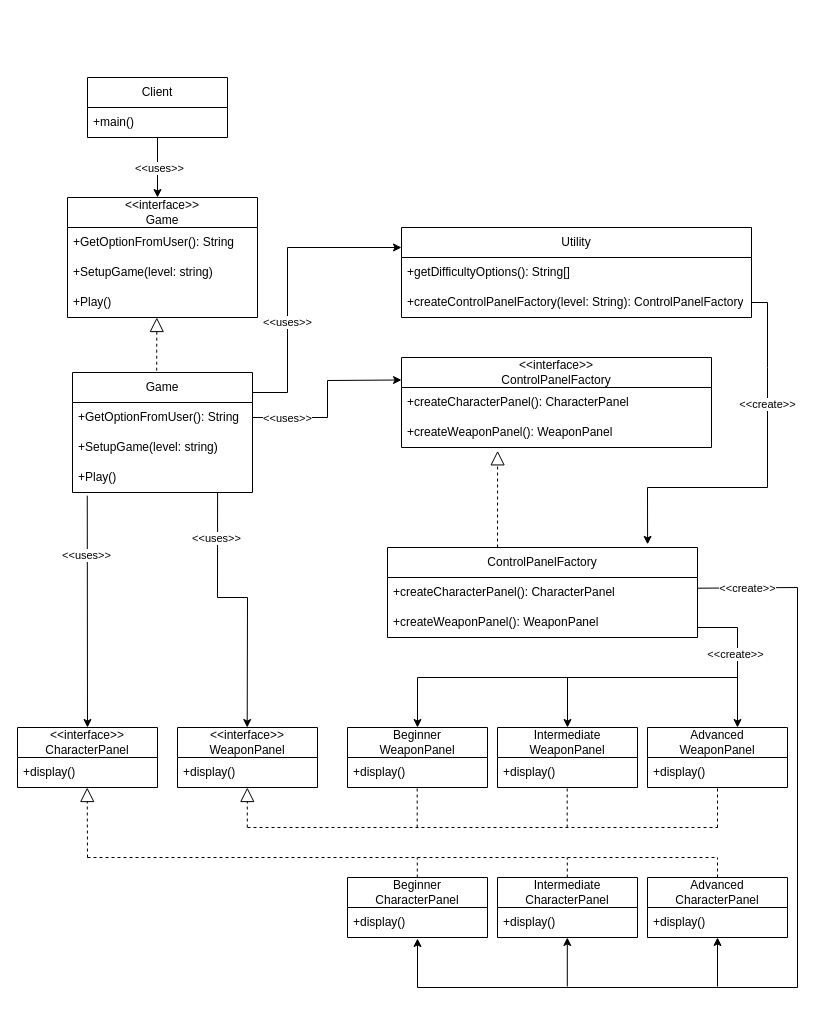
The draw.io diagram Problem2.drawio in JaedonSpurlock01/se471-lab-1, before the edit. Source tidied: cells renumbered, new cells numbered last; positions are measured from the earlier drawing's top-left corner, leaving out a move shared by most shapes. Both pictures are drawn from the tidied source at 100%, with x=0, y=0 at pixel (17, 77).
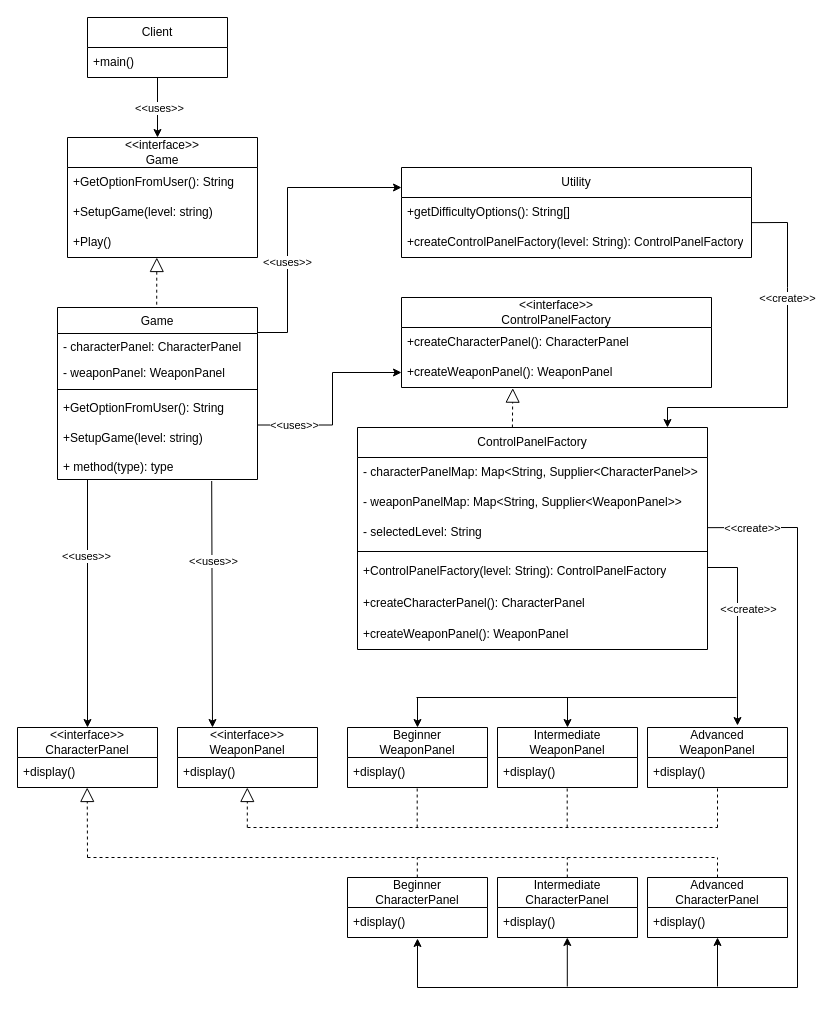
The same page after the edit.

Commit message (it also covers changes not shown here):
refactor: Updated UML diagrams to fit proper class description

Unchanged cells that the change refers to:
```xml
<mxCell id="17" value="+getDifficultyOptions(): String[]" style="text;strokeColor=none;fillColor=none;align=left;verticalAlign=middle;spacingLeft=4;spacingRight=4;overflow=hidden;points=[[0,0.5],[1,0.5]];portConstraint=eastwest;whiteSpace=wrap;html=1;" parent="16" vertex="1">
  <mxGeometry y="30" width="350" height="30" as="geometry" />
</mxCell>
<mxCell id="18" value="+createControlPanelFactory(level: String): ControlPanelFactory" style="text;strokeColor=none;fillColor=none;align=left;verticalAlign=middle;spacingLeft=4;spacingRight=4;overflow=hidden;points=[[0,0.5],[1,0.5]];portConstraint=eastwest;whiteSpace=wrap;html=1;" parent="16" vertex="1">
  <mxGeometry y="60" width="350" height="30" as="geometry" />
</mxCell>
<mxCell id="19" value="&lt;div&gt;&amp;lt;&amp;lt;interface&amp;gt;&amp;gt;&lt;/div&gt;WeaponPanel" style="swimlane;fontStyle=0;horizontal=1;startSize=30;whiteSpace=wrap;html=1;" parent="1" vertex="1">
  <mxGeometry x="160" y="650" width="140" height="60" as="geometry" />
</mxCell>
<mxCell id="27" value="&lt;div&gt;Beginner&lt;/div&gt;&lt;div&gt;WeaponPanel&lt;/div&gt;" style="swimlane;fontStyle=0;horizontal=1;startSize=30;whiteSpace=wrap;html=1;" parent="1" vertex="1">
  <mxGeometry x="330" y="650" width="140" height="60" as="geometry" />
</mxCell>
<mxCell id="29" value="&lt;div&gt;Intermediate&lt;/div&gt;&lt;div&gt;WeaponPanel&lt;/div&gt;" style="swimlane;fontStyle=0;horizontal=1;startSize=30;whiteSpace=wrap;html=1;" parent="1" vertex="1">
  <mxGeometry x="480" y="650" width="140" height="60" as="geometry" />
</mxCell>
<mxCell id="33" value="&lt;div&gt;&amp;lt;&amp;lt;interface&amp;gt;&amp;gt;&lt;/div&gt;CharacterPanel" style="swimlane;fontStyle=0;horizontal=1;startSize=30;whiteSpace=wrap;html=1;" parent="1" vertex="1">
  <mxGeometry y="650" width="140" height="60" as="geometry" />
</mxCell>
<mxCell id="63" value="+createWeaponPanel(): WeaponPanel" style="text;strokeColor=none;fillColor=none;align=left;verticalAlign=middle;spacingLeft=4;spacingRight=4;overflow=hidden;points=[[0,0.5],[1,0.5]];portConstraint=eastwest;whiteSpace=wrap;html=1;" parent="61" vertex="1">
  <mxGeometry y="60" width="310" height="30" as="geometry" />
</mxCell>
```

The edit, as a diff of the source:
```diff
@@
     <mxCell id="2" style="edgeStyle=orthogonalEdgeStyle;rounded=0;orthogonalLoop=1;jettySize=auto;html=1;exitX=0.5;exitY=1;exitDx=0;exitDy=0;exitPerimeter=0;" parent="1" edge="1">
       <mxGeometry relative="1" as="geometry">
-        <mxPoint x="140" y="60" as="sourcePoint" />
-        <mxPoint x="140" y="120" as="targetPoint" />
+        <mxPoint x="140" as="sourcePoint" />
+        <mxPoint x="140" y="60" as="targetPoint" />
       </mxGeometry>
     </mxCell>
@@
     <mxCell id="4" value="&amp;lt;&amp;lt;interface&amp;gt;&amp;gt;&lt;div&gt;Game&lt;/div&gt;" style="swimlane;fontStyle=0;horizontal=1;startSize=30;whiteSpace=wrap;html=1;" parent="1" vertex="1">
-      <mxGeometry x="50" y="120" width="190" height="120" as="geometry" />
+      <mxGeometry x="50" y="60" width="190" height="120" as="geometry" />
     </mxCell>
@@
-    <mxCell id="8" value="Game" style="swimlane;fontStyle=0;horizontal=1;startSize=30;whiteSpace=wrap;html=1;" parent="1" vertex="1">
-      <mxGeometry x="55" y="295" width="180" height="120" as="geometry" />
-    </mxCell>
-    <mxCell id="9" value="+GetOptionFromUser(): String" style="text;strokeColor=none;fillColor=none;align=left;verticalAlign=middle;spacingLeft=4;spacingRight=4;overflow=hidden;whiteSpace=wrap;html=1;" parent="8" vertex="1">
-      <mxGeometry y="30" width="180" height="30" as="geometry" />
-    </mxCell>
-    <mxCell id="10" value="+SetupGame(level: string)" style="text;strokeColor=none;fillColor=none;align=left;verticalAlign=middle;spacingLeft=4;spacingRight=4;overflow=hidden;whiteSpace=wrap;html=1;" parent="8" vertex="1">
-      <mxGeometry y="60" width="180" height="30" as="geometry" />
-    </mxCell>
-    <mxCell id="11" value="+Play()" style="text;strokeColor=none;fillColor=none;align=left;verticalAlign=middle;spacingLeft=4;spacingRight=4;overflow=hidden;points=[[0,0.5],[1,0.5]];portConstraint=eastwest;whiteSpace=wrap;html=1;" parent="8" vertex="1">
-      <mxGeometry y="90" width="180" height="30" as="geometry" />
-    </mxCell>
     <mxCell id="12" value="ControlPanelFactory" style="swimlane;fontStyle=0;horizontal=1;startSize=30;whiteSpace=wrap;html=1;" parent="1" vertex="1">
-      <mxGeometry x="370" y="470" width="310" height="90" as="geometry" />
+      <mxGeometry x="340" y="350" width="350" height="222" as="geometry" />
     </mxCell>
+    <mxCell id="15" style="endArrow=block;dashed=1;endFill=0;endSize=12;html=1;rounded=0;entryX=0.359;entryY=1.022;entryDx=0;entryDy=0;entryPerimeter=0;" parent="12" edge="1" target="63">
+      <mxGeometry relative="1" as="geometry">
+        <mxPoint x="154.9" as="sourcePoint" />
+      </mxGeometry>
+    </mxCell>
+    <mxCell id="74" value="- characterPanelMap: Map&amp;lt;String, Supplier&amp;lt;CharacterPanel&amp;gt;&amp;gt;" style="text;strokeColor=none;fillColor=none;align=left;verticalAlign=middle;spacingLeft=4;spacingRight=4;overflow=hidden;whiteSpace=wrap;html=1;" parent="12" vertex="1">
+      <mxGeometry y="30" width="350" height="30" as="geometry" />
+    </mxCell>
+    <mxCell id="75" value="- weaponPanelMap: Map&amp;lt;String, Supplier&amp;lt;WeaponPanel&amp;gt;&amp;gt;" style="text;strokeColor=none;fillColor=none;align=left;verticalAlign=middle;spacingLeft=4;spacingRight=4;overflow=hidden;whiteSpace=wrap;html=1;" parent="12" vertex="1">
+      <mxGeometry y="60" width="350" height="30" as="geometry" />
+    </mxCell>
+    <mxCell id="76" value="- selectedLevel: String" style="text;strokeColor=none;fillColor=none;align=left;verticalAlign=middle;spacingLeft=4;spacingRight=4;overflow=hidden;points=[[0,0.5],[1,0.5]];portConstraint=eastwest;whiteSpace=wrap;html=1;" parent="12" vertex="1">
+      <mxGeometry y="90" width="350" height="30" as="geometry" />
+    </mxCell>
+    <mxCell id="77" style="line;strokeWidth=1;fillColor=none;align=left;verticalAlign=middle;spacingTop=-1;spacingLeft=3;spacingRight=3;labelPosition=right;strokeColor=inherit;" parent="12" vertex="1">
+      <mxGeometry y="120" width="350" height="8" as="geometry" />
+    </mxCell>
+    <mxCell id="78" value="&lt;font style=&quot;font-size: 12px;&quot;&gt;+ControlPanelFactory(level: String): ControlPanelFactory&lt;/font&gt;" style="text;strokeColor=none;fillColor=none;align=left;verticalAlign=middle;spacingLeft=4;spacingRight=4;overflow=hidden;whiteSpace=wrap;html=1;" parent="12" vertex="1">
+      <mxGeometry y="128" width="350" height="32" as="geometry" />
+    </mxCell>
-    <mxCell id="13" value="+createCharacterPanel(): CharacterPanel" style="text;strokeColor=none;fillColor=none;align=left;verticalAlign=middle;spacingLeft=4;spacingRight=4;overflow=hidden;points=[[0,0.5],[1,0.5]];portConstraint=eastwest;whiteSpace=wrap;html=1;" parent="12" vertex="1">
-      <mxGeometry y="30" width="310" height="30" as="geometry" />
+    <mxCell id="13" value="&lt;font style=&quot;font-size: 12px;&quot;&gt;+createCharacterPanel(): CharacterPanel&lt;/font&gt;" style="text;strokeColor=none;fillColor=none;align=left;verticalAlign=middle;spacingLeft=4;spacingRight=4;overflow=hidden;points=[[0,0.5],[1,0.5]];portConstraint=eastwest;whiteSpace=wrap;html=1;" parent="12" vertex="1">
+      <mxGeometry y="160" width="350" height="32" as="geometry" />
     </mxCell>
-    <mxCell id="14" value="+createWeaponPanel(): WeaponPanel" style="text;strokeColor=none;fillColor=none;align=left;verticalAlign=middle;spacingLeft=4;spacingRight=4;overflow=hidden;whiteSpace=wrap;html=1;" parent="12" vertex="1">
-      <mxGeometry y="60" width="310" height="30" as="geometry" />
+    <mxCell id="14" value="&lt;font style=&quot;font-size: 12px;&quot;&gt;+createWeaponPanel(): WeaponPanel&lt;/font&gt;" style="text;strokeColor=none;fillColor=none;align=left;verticalAlign=middle;spacingLeft=4;spacingRight=4;overflow=hidden;whiteSpace=wrap;html=1;" parent="12" vertex="1">
+      <mxGeometry y="192" width="350" height="30" as="geometry" />
     </mxCell>
-    <mxCell id="15" style="endArrow=block;dashed=1;endFill=0;endSize=12;html=1;rounded=0;entryX=0.31;entryY=1.111;entryDx=0;entryDy=0;entryPerimeter=0;" parent="12" edge="1" target="63">
-      <mxGeometry relative="1" as="geometry">
-        <mxPoint x="110" as="sourcePoint" />
-      </mxGeometry>
-    </mxCell>
     <mxCell id="16" value="Utility" style="swimlane;fontStyle=0;horizontal=1;startSize=30;whiteSpace=wrap;html=1;" parent="1" vertex="1">
-      <mxGeometry x="384" y="150" width="350" height="90" as="geometry" />
+      <mxGeometry x="384" y="90" width="350" height="90" as="geometry" />
     </mxCell>
@@
-    <mxCell id="34" style="endArrow=classic;html=1;rounded=0;exitX=0.082;exitY=1.106;exitDx=0;exitDy=0;exitPerimeter=0;" parent="33" edge="1" source="11">
-      <mxGeometry relative="1" as="geometry">
-        <mxPoint x="70" as="targetPoint" />
-      </mxGeometry>
-    </mxCell>
-    <mxCell id="35" value="&amp;lt;&amp;lt;uses&amp;gt;&amp;gt;" style="edgeLabel;html=1;align=center;verticalAlign=middle;" parent="34" vertex="1">
-      <mxGeometry x="-0.49" y="-1" relative="1" as="geometry" />
-    </mxCell>
@@
     <mxCell id="47" style="endArrow=block;dashed=1;endFill=0;endSize=12;html=1;rounded=0;entryX=0.422;entryY=1.061;entryDx=0;entryDy=0;entryPerimeter=0;" parent="1" edge="1">
       <mxGeometry relative="1" as="geometry">
-        <mxPoint x="139.2" y="293.2" as="sourcePoint" />
-        <mxPoint x="139.3" y="240" as="targetPoint" />
+        <mxPoint x="139.2" y="233.2" as="sourcePoint" />
+        <mxPoint x="139.3" y="180" as="targetPoint" />
       </mxGeometry>
     </mxCell>
     <mxCell id="48" style="endArrow=none;html=1;rounded=0;" parent="1" edge="1">
       <mxGeometry relative="1" as="geometry">
         <mxPoint x="780" y="910" as="sourcePoint" />
-        <mxPoint x="780" y="510" as="targetPoint" />
+        <mxPoint x="780" y="450" as="targetPoint" />
       </mxGeometry>
     </mxCell>
@@
     <mxCell id="50" style="endArrow=none;html=1;rounded=0;" parent="1" edge="1">
       <mxGeometry relative="1" as="geometry">
-        <mxPoint x="400" y="600" as="sourcePoint" />
-        <mxPoint x="720" y="600" as="targetPoint" />
+        <mxPoint x="399" y="620" as="sourcePoint" />
+        <mxPoint x="719" y="620" as="targetPoint" />
       </mxGeometry>
     </mxCell>
     <mxCell id="51" style="endArrow=classic;html=1;rounded=0;entryX=0.5;entryY=0;entryDx=0;entryDy=0;" parent="1" edge="1" target="27">
       <mxGeometry relative="1" as="geometry">
-        <mxPoint x="400" y="600" as="sourcePoint" />
+        <mxPoint x="400" y="620" as="sourcePoint" />
       </mxGeometry>
     </mxCell>
     <mxCell id="52" style="endArrow=classic;html=1;rounded=0;entryX=0.5;entryY=0;entryDx=0;entryDy=0;" parent="1" edge="1" target="29">
       <mxGeometry relative="1" as="geometry">
-        <mxPoint x="550" y="600" as="sourcePoint" />
+        <mxPoint x="550" y="620" as="sourcePoint" />
       </mxGeometry>
     </mxCell>
     <mxCell id="53" style="endArrow=classic;html=1;rounded=0;" parent="1" edge="1">
       <mxGeometry relative="1" as="geometry">
-        <mxPoint x="720" y="550" as="sourcePoint" />
-        <mxPoint x="720" y="650" as="targetPoint" />
+        <mxPoint x="720" y="490" as="sourcePoint" />
+        <mxPoint x="720" y="648" as="targetPoint" />
       </mxGeometry>
     </mxCell>
     <mxCell id="54" value="&amp;lt;&amp;lt;create&amp;gt;&amp;gt;" style="edgeLabel;html=1;align=center;verticalAlign=middle;" parent="53" vertex="1">
-      <mxGeometry x="-0.48" y="-3" relative="1" as="geometry" />
+      <mxGeometry x="-0.48" y="-3" relative="1" as="geometry">
+        <mxPoint x="13" as="offset" />
+      </mxGeometry>
     </mxCell>
     <mxCell id="55" style="endArrow=none;html=1;rounded=0;" parent="1" edge="1">
       <mxGeometry relative="1" as="geometry">
-        <mxPoint x="680" y="550" as="sourcePoint" />
-        <mxPoint x="720" y="550" as="targetPoint" />
+        <mxPoint x="690" y="490" as="sourcePoint" />
+        <mxPoint x="720" y="490" as="targetPoint" />
       </mxGeometry>
     </mxCell>
-    <mxCell id="56" style="endArrow=none;html=1;rounded=0;exitX=1;exitY=0.357;exitDx=0;exitDy=0;exitPerimeter=0;" parent="1" edge="1" source="13">
+    <mxCell id="56" style="endArrow=none;html=1;rounded=0;exitX=1;exitY=0.339;exitDx=0;exitDy=0;exitPerimeter=0;" parent="1" edge="1" source="76">
       <mxGeometry relative="1" as="geometry">
-        <mxPoint x="780" y="510" as="targetPoint" />
+        <mxPoint x="780" y="450" as="targetPoint" />
       </mxGeometry>
     </mxCell>
@@
     <mxCell id="61" value="&lt;div&gt;&amp;lt;&amp;lt;interface&amp;gt;&amp;gt;&lt;/div&gt;ControlPanelFactory" style="swimlane;fontStyle=0;horizontal=1;startSize=30;whiteSpace=wrap;html=1;" parent="1" vertex="1">
-      <mxGeometry x="384" y="280" width="310" height="90" as="geometry" />
+      <mxGeometry x="384" y="220" width="310" height="90" as="geometry" />
     </mxCell>
@@
-    <mxCell id="64" style="endArrow=classic;html=1;rounded=0;entryX=0.839;entryY=-0.035;entryDx=0;entryDy=0;entryPerimeter=0;exitX=1;exitY=0.5;exitDx=0;exitDy=0;" parent="1" edge="1" source="18" target="12">
+    <mxCell id="64" style="endArrow=classic;html=1;rounded=0;exitX=1;exitY=0.838;exitDx=0;exitDy=0;exitPerimeter=0;" parent="1" edge="1" source="17">
       <mxGeometry relative="1" as="geometry">
+        <mxPoint x="650" y="350" as="targetPoint" />
         <Array as="points">
-          <mxPoint x="750" y="225" />
-          <mxPoint x="750" y="290" />
-          <mxPoint x="750" y="410" />
-          <mxPoint x="630" y="410" />
+          <mxPoint x="770" y="145" />
+          <mxPoint x="770" y="210" />
+          <mxPoint x="770" y="330" />
+          <mxPoint x="650" y="330" />
         </Array>
       </mxGeometry>
     </mxCell>
@@
     <mxCell id="66" style="endArrow=classic;html=1;rounded=0;entryX=0;entryY=0.5;entryDx=0;entryDy=0;" parent="1" edge="1">
       <mxGeometry relative="1" as="geometry">
-        <mxPoint x="235" y="315" as="sourcePoint" />
-        <mxPoint x="384" y="170" as="targetPoint" />
+        <mxPoint x="235" y="255" as="sourcePoint" />
+        <mxPoint x="384" y="110" as="targetPoint" />
         <Array as="points">
-          <mxPoint x="270" y="315" />
-          <mxPoint x="270" y="170" />
+          <mxPoint x="270" y="255" />
+          <mxPoint x="270" y="110" />
         </Array>
       </mxGeometry>
     </mxCell>
@@
-    <mxCell id="68" style="endArrow=classic;html=1;rounded=0;entryX=0;entryY=0.25;entryDx=0;entryDy=0;" parent="1" edge="1" target="61">
+    <mxCell id="68" style="endArrow=classic;html=1;rounded=0;entryX=0;entryY=0.5;entryDx=0;entryDy=0;" parent="1" edge="1" target="63">
       <mxGeometry relative="1" as="geometry">
-        <mxPoint x="235" y="340" as="sourcePoint" />
+        <mxPoint x="240" y="347.5" as="sourcePoint" />
         <Array as="points">
-          <mxPoint x="310" y="340" />
-          <mxPoint x="310" y="303" />
+          <mxPoint x="315" y="347.5" />
+          <mxPoint x="315" y="295" />
         </Array>
       </mxGeometry>
     </mxCell>
@@
-    <mxCell id="70" style="endArrow=classic;html=1;rounded=0;exitX=0.806;exitY=0.989;exitDx=0;exitDy=0;exitPerimeter=0;" parent="1" edge="1" source="11">
-      <mxGeometry relative="1" as="geometry">
-        <mxPoint x="229.7" y="650" as="targetPoint" />
-        <Array as="points">
-          <mxPoint x="200" y="520" />
-          <mxPoint x="230" y="520" />
-        </Array>
-      </mxGeometry>
-    </mxCell>
-    <mxCell id="71" value="&amp;lt;&amp;lt;uses&amp;gt;&amp;gt;" style="edgeLabel;html=1;align=center;verticalAlign=middle;" parent="70" vertex="1">
-      <mxGeometry x="-0.65" y="-2" relative="1" as="geometry" />
-    </mxCell>
     <mxCell id="72" value="Client" style="swimlane;fontStyle=0;horizontal=1;startSize=30;whiteSpace=wrap;html=1;" parent="1" vertex="1">
-      <mxGeometry x="70" width="140" height="60" as="geometry" />
+      <mxGeometry x="70" y="-60" width="140" height="60" as="geometry" />
     </mxCell>
@@
+    <mxCell id="8" value="&lt;span style=&quot;font-weight: normal;&quot;&gt;Game&lt;/span&gt;" style="swimlane;fontStyle=1;align=center;verticalAlign=top;horizontal=1;startSize=26;whiteSpace=wrap;html=1;" parent="1" vertex="1">
+      <mxGeometry x="40" y="230" width="200" height="172" as="geometry" />
+    </mxCell>
+    <mxCell id="79" value="- characterPanel: CharacterPanel" style="text;strokeColor=none;fillColor=none;align=left;verticalAlign=top;spacingLeft=4;spacingRight=4;overflow=hidden;whiteSpace=wrap;html=1;" parent="8" vertex="1">
+      <mxGeometry y="26" width="200" height="26" as="geometry" />
+    </mxCell>
+    <mxCell id="80" value="- weaponPanel: WeaponPanel" style="text;strokeColor=none;fillColor=none;align=left;verticalAlign=top;spacingLeft=4;spacingRight=4;overflow=hidden;whiteSpace=wrap;html=1;" parent="8" vertex="1">
+      <mxGeometry y="52" width="200" height="26" as="geometry" />
+    </mxCell>
+    <mxCell id="81" style="line;strokeWidth=1;fillColor=none;align=left;verticalAlign=middle;spacingTop=-1;spacingLeft=3;spacingRight=3;labelPosition=right;strokeColor=inherit;" parent="8" vertex="1">
+      <mxGeometry y="78" width="200" height="8" as="geometry" />
+    </mxCell>
+    <mxCell id="9" value="+GetOptionFromUser(): String" style="text;strokeColor=none;fillColor=none;align=left;verticalAlign=middle;spacingLeft=4;spacingRight=4;overflow=hidden;whiteSpace=wrap;html=1;" parent="8" vertex="1">
+      <mxGeometry y="86" width="200" height="30" as="geometry" />
+    </mxCell>
+    <mxCell id="82" style="endArrow=classic;html=1;rounded=0;" parent="8" edge="1" target="33">
+      <mxGeometry relative="1" as="geometry">
+        <mxPoint x="30" y="172" as="sourcePoint" />
+      </mxGeometry>
+    </mxCell>
+    <mxCell id="83" value="&amp;lt;&amp;lt;uses&amp;gt;&amp;gt;" style="edgeLabel;html=1;align=center;verticalAlign=middle;" parent="82" vertex="1">
+      <mxGeometry x="-0.39" y="-2" relative="1" as="geometry" />
+    </mxCell>
+    <mxCell id="10" value="+SetupGame(level: string)" style="text;strokeColor=none;fillColor=none;align=left;verticalAlign=middle;spacingLeft=4;spacingRight=4;overflow=hidden;whiteSpace=wrap;html=1;" parent="8" vertex="1">
+      <mxGeometry y="116" width="200" height="30" as="geometry" />
+    </mxCell>
+    <mxCell id="84" value="+ method(type): type" style="text;strokeColor=none;fillColor=none;align=left;verticalAlign=top;spacingLeft=4;spacingRight=4;overflow=hidden;points=[[0,0.5],[1,0.5]];portConstraint=eastwest;whiteSpace=wrap;html=1;" parent="8" vertex="1">
+      <mxGeometry y="146" width="200" height="26" as="geometry" />
+    </mxCell>
+    <mxCell id="85" style="endArrow=classic;html=1;rounded=0;entryX=0.25;entryY=0;entryDx=0;entryDy=0;exitX=0.771;exitY=1.058;exitDx=0;exitDy=0;exitPerimeter=0;" parent="1" edge="1" source="84" target="19">
+      <mxGeometry relative="1" as="geometry" />
+    </mxCell>
+    <mxCell id="86" value="&amp;lt;&amp;lt;uses&amp;gt;&amp;gt;" style="edgeLabel;html=1;align=center;verticalAlign=middle;" parent="85" vertex="1">
+      <mxGeometry x="-0.35" y="1" relative="1" as="geometry" />
+    </mxCell>
```
